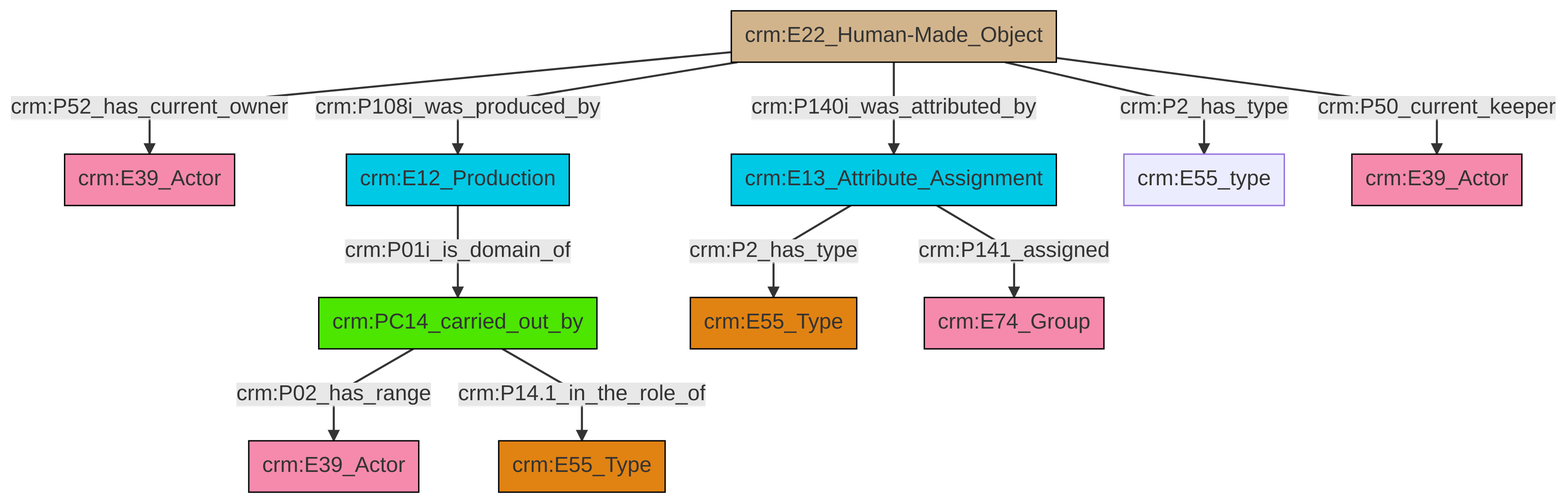
The Mermaid diagram et/artworkCSV/ttl/mmd/png/Artwork_Actor_Relations.png in swiss-art-research-net/docs.swissartresearch, before a commit. Its source is kept beside it as et/artworkCSV/ttl/mmd/Artwork_Actor_Relations.ttl.mmd.
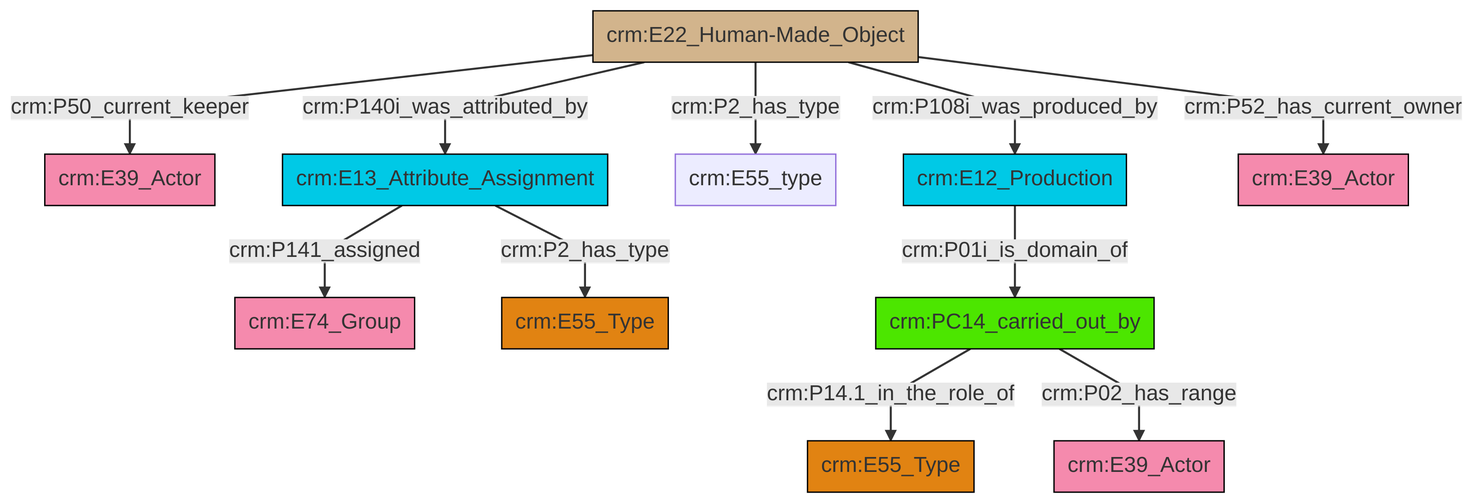
After the change.

What changed in the source:
```diff
@@ -13,13 +13,13 @@
 classDef PC_Classes fill:#4ce600, stroke:#000000;
 classDef Multi fill:#cccccc,stroke:#000000;
 
-0["crm:E22_Human-Made_Object"]:::Physical_Thing -->|crm:P52_has_current_owner| 1["crm:E39_Actor"]:::Actor
-3["crm:PC14_carried_out_by"]:::PC_Classes -->|crm:P02_has_range| 4["crm:E39_Actor"]:::Actor
-0["crm:E22_Human-Made_Object"]:::Physical_Thing -->|crm:P140i_was_attributed_by| 12["crm:E13_Attribute_Assignment"]:::Temporal_Entity
-3["crm:PC14_carried_out_by"]:::PC_Classes -->|crm:P14.1_in_the_role_of| 13["crm:E55_Type"]:::Type
-14["crm:E12_Production"]:::Temporal_Entity -->|crm:P01i_is_domain_of| 3["crm:PC14_carried_out_by"]:::PC_Classes
-0["crm:E22_Human-Made_Object"]:::Physical_Thing -->|crm:P2_has_type| 15["crm:E55_type"]:::Default
-12["crm:E13_Attribute_Assignment"]:::Temporal_Entity -->|crm:P2_has_type| 5["crm:E55_Type"]:::Type
-12["crm:E13_Attribute_Assignment"]:::Temporal_Entity -->|crm:P141_assigned| 10["crm:E74_Group"]:::Actor
-0["crm:E22_Human-Made_Object"]:::Physical_Thing -->|crm:P50_current_keeper| 21["crm:E39_Actor"]:::Actor
-0["crm:E22_Human-Made_Object"]:::Physical_Thing -->|crm:P108i_was_produced_by| 14["crm:E12_Production"]:::Temporal_Entity
+2["crm:E22_Human-Made_Object"]:::Physical_Thing -->|crm:P50_current_keeper| 3["crm:E39_Actor"]:::Actor
+8["crm:E13_Attribute_Assignment"]:::Temporal_Entity -->|crm:P141_assigned| 0["crm:E74_Group"]:::Actor
+9["crm:PC14_carried_out_by"]:::PC_Classes -->|crm:P14.1_in_the_role_of| 6["crm:E55_Type"]:::Type
+10["crm:E12_Production"]:::Temporal_Entity -->|crm:P01i_is_domain_of| 9["crm:PC14_carried_out_by"]:::PC_Classes
+2["crm:E22_Human-Made_Object"]:::Physical_Thing -->|crm:P140i_was_attributed_by| 8["crm:E13_Attribute_Assignment"]:::Temporal_Entity
+8["crm:E13_Attribute_Assignment"]:::Temporal_Entity -->|crm:P2_has_type| 13["crm:E55_Type"]:::Type
+2["crm:E22_Human-Made_Object"]:::Physical_Thing -->|crm:P2_has_type| 14["crm:E55_type"]:::Default
+2["crm:E22_Human-Made_Object"]:::Physical_Thing -->|crm:P108i_was_produced_by| 10["crm:E12_Production"]:::Temporal_Entity
+2["crm:E22_Human-Made_Object"]:::Physical_Thing -->|crm:P52_has_current_owner| 15["crm:E39_Actor"]:::Actor
+9["crm:PC14_carried_out_by"]:::PC_Classes -->|crm:P02_has_range| 4["crm:E39_Actor"]:::Actor
```
